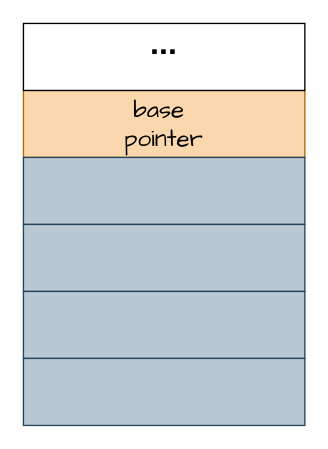
The draw.io diagram go/go 内存.drawio in LanSeTianYe/draw, before the edit. Source tidied: cells renumbered, new cells numbered last; positions are measured from the earlier drawing's top-left corner, leaving out a move shared by most shapes. Both pictures are drawn from the tidied source at 134%, with x=0, y=0 at pixel (23, 23).
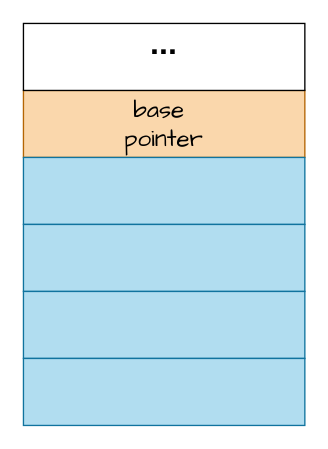
The same page after the edit.

The edit, as a diff of the source:
```diff
@@
 <mxGraphModel>
   <root>
     <mxCell id="0" />
     <mxCell id="1" parent="0" />
     <mxCell id="2" value="&lt;font style=&quot;font-size: 18px;&quot;&gt;&lt;font style=&quot;&quot;&gt;base&amp;nbsp;&lt;/font&gt;&lt;/font&gt;&lt;div&gt;&lt;font style=&quot;font-size: 18px;&quot;&gt;&lt;span style=&quot;background-color: initial;&quot;&gt;pointer&lt;/span&gt;&lt;/font&gt;&lt;/div&gt;" style="rounded=0;whiteSpace=wrap;html=1;hachureGap=4;fontFamily=Comic Sans MS;fillColor=#fad7ac;strokeColor=#b46504;" parent="1" vertex="1">
       <mxGeometry y="50" width="210" height="50" as="geometry" />
     </mxCell>
     <mxCell id="3" style="rounded=0;whiteSpace=wrap;html=1;hachureGap=4;fontFamily=Comic Sans MS;" parent="1" vertex="1">
       <mxGeometry width="210" height="50" as="geometry" />
     </mxCell>
-    <mxCell id="4" style="rounded=0;whiteSpace=wrap;html=1;hachureGap=4;fontFamily=Comic Sans MS;fillColor=#bac8d3;strokeColor=#23445d;" parent="1" vertex="1">
+    <mxCell id="4" style="rounded=0;whiteSpace=wrap;html=1;hachureGap=4;fontFamily=Comic Sans MS;fillColor=#b1ddf0;strokeColor=#10739e;" parent="1" vertex="1">
       <mxGeometry y="100" width="210" height="50" as="geometry" />
     </mxCell>
-    <mxCell id="5" style="rounded=0;whiteSpace=wrap;html=1;hachureGap=4;fontFamily=Comic Sans MS;fillColor=#bac8d3;strokeColor=#23445d;" parent="1" vertex="1">
+    <mxCell id="5" style="rounded=0;whiteSpace=wrap;html=1;hachureGap=4;fontFamily=Comic Sans MS;fillColor=#b1ddf0;strokeColor=#10739e;" parent="1" vertex="1">
       <mxGeometry y="150" width="210" height="50" as="geometry" />
     </mxCell>
-    <mxCell id="6" style="rounded=0;whiteSpace=wrap;html=1;hachureGap=4;fontFamily=Comic Sans MS;fillColor=#bac8d3;strokeColor=#23445d;" parent="1" vertex="1">
+    <mxCell id="6" style="rounded=0;whiteSpace=wrap;html=1;hachureGap=4;fontFamily=Comic Sans MS;fillColor=#b1ddf0;strokeColor=#10739e;" parent="1" vertex="1">
       <mxGeometry y="200" width="210" height="50" as="geometry" />
     </mxCell>
-    <mxCell id="7" style="rounded=0;whiteSpace=wrap;html=1;fillColor=#bac8d3;strokeColor=#23445d;" parent="1" vertex="1">
+    <mxCell id="7" style="rounded=0;whiteSpace=wrap;html=1;fillColor=#b1ddf0;strokeColor=#10739e;" parent="1" vertex="1">
       <mxGeometry y="250" width="210" height="50" as="geometry" />
     </mxCell>
     <mxCell id="8" value="&lt;b&gt;&lt;font style=&quot;font-size: 24px;&quot;&gt;...&lt;/font&gt;&lt;/b&gt;" style="text;html=1;align=center;verticalAlign=middle;whiteSpace=wrap;rounded=0;" parent="1" vertex="1">
       <mxGeometry x="75" width="60" height="30" as="geometry" />
     </mxCell>
   </root>
 </mxGraphModel>
```
